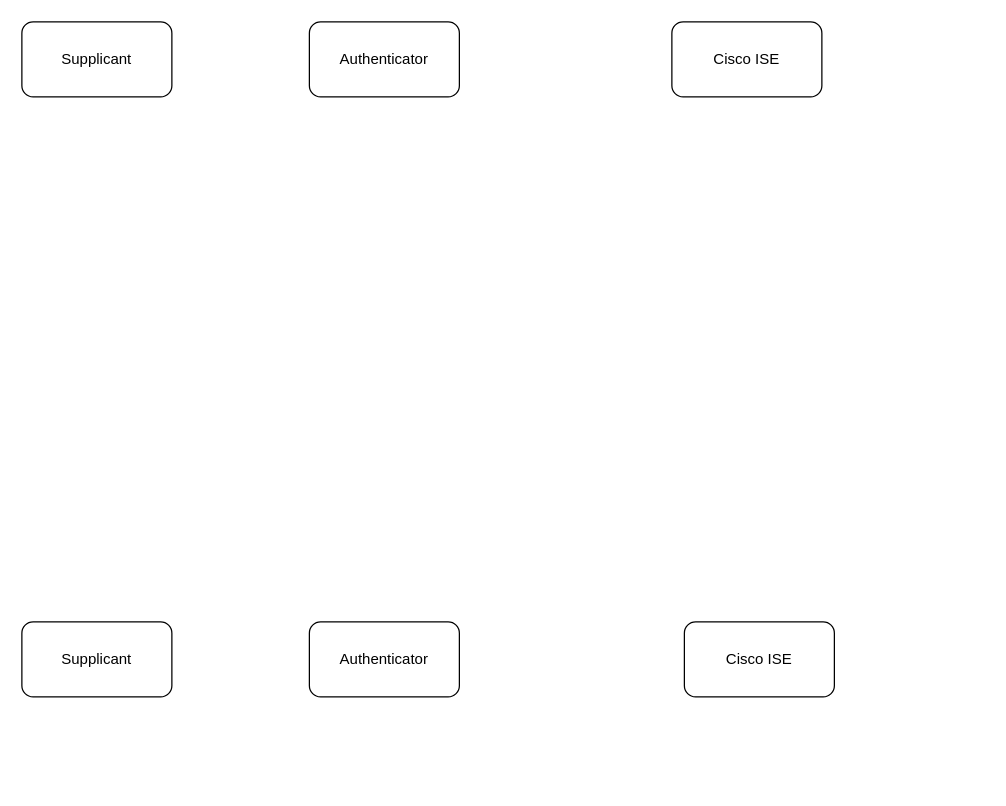
Before: folder1/Untitled Diagram.drawio in thundah-quack/Draw.IO_charts, a draw.io diagram. Source tidied: cells renumbered, new cells numbered last; positions are measured from the earlier drawing's top-left corner, leaving out a move shared by most shapes. Both pictures are drawn from the tidied source at 125%, with x=0, y=0 at pixel (21, 21).
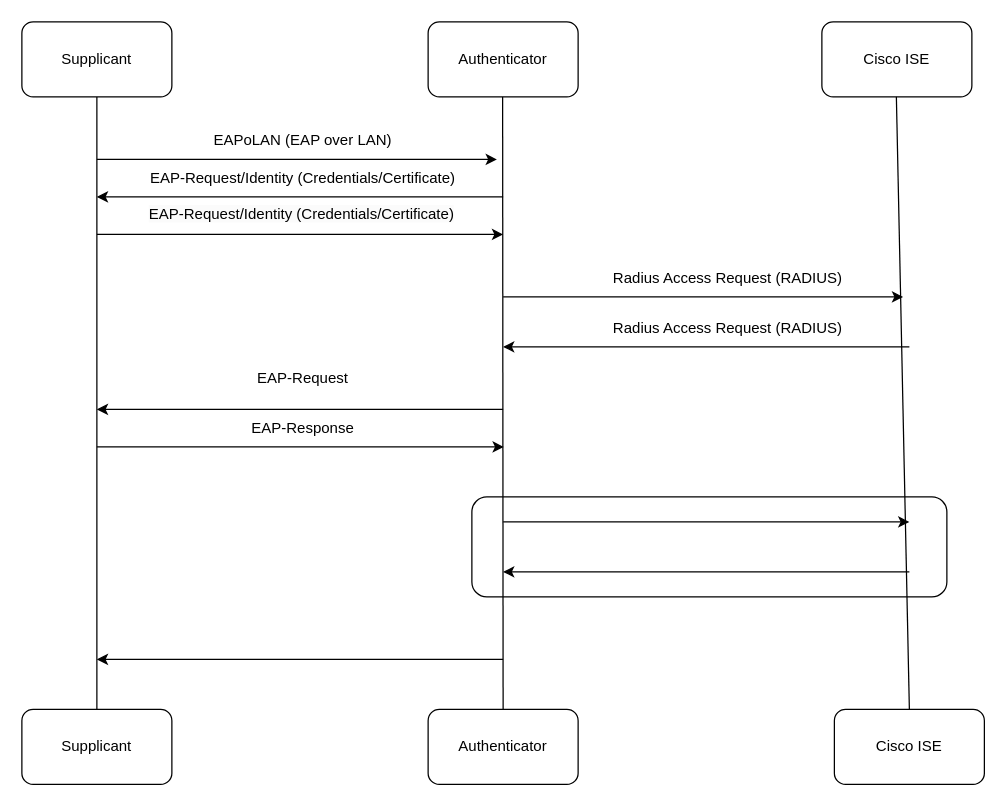
After the change.

Unchanged cells that the change refers to:
```xml
<mxCell id="2" value="Supplicant" style="rounded=1;whiteSpace=wrap;html=1;" parent="1" vertex="1">
  <mxGeometry width="120" height="60" as="geometry" />
</mxCell>
```

Diff of the diagram source:
```diff
@@
     <mxCell id="3" value="Authenticator" style="rounded=1;whiteSpace=wrap;html=1;" parent="1" vertex="1">
-      <mxGeometry x="230" width="120" height="60" as="geometry" />
+      <mxGeometry x="325" width="120" height="60" as="geometry" />
     </mxCell>
     <mxCell id="4" value="Supplicant" style="rounded=1;whiteSpace=wrap;html=1;" parent="1" vertex="1">
-      <mxGeometry y="480" width="120" height="60" as="geometry" />
+      <mxGeometry y="550" width="120" height="60" as="geometry" />
     </mxCell>
     <mxCell id="5" value="Authenticator" style="rounded=1;whiteSpace=wrap;html=1;" parent="1" vertex="1">
-      <mxGeometry x="230" y="480" width="120" height="60" as="geometry" />
+      <mxGeometry x="325" y="550" width="120" height="60" as="geometry" />
     </mxCell>
-    <mxCell id="6" value="Cisco ISE" style="rounded=1;whiteSpace=wrap;html=1;" parent="1" vertex="1">
-      <mxGeometry x="520" width="120" height="60" as="geometry" />
-    </mxCell>
-    <mxCell id="7" value="Cisco ISE" style="rounded=1;whiteSpace=wrap;html=1;" parent="1" vertex="1">
-      <mxGeometry x="530" y="480" width="120" height="60" as="geometry" />
-    </mxCell>
+    <mxCell id="8" style="endArrow=none;html=1;rounded=0;entryX=0.5;entryY=1;entryDx=0;entryDy=0;exitX=0.5;exitY=0;exitDx=0;exitDy=0;" parent="1" edge="1" source="4" target="2">
+      <mxGeometry relative="1" as="geometry" />
+    </mxCell>
+    <mxCell id="9" style="endArrow=none;html=1;rounded=0;entryX=0.5;entryY=1;entryDx=0;entryDy=0;exitX=0.5;exitY=0;exitDx=0;exitDy=0;" parent="1" edge="1" source="5">
+      <mxGeometry relative="1" as="geometry">
+        <mxPoint x="384.6" y="60" as="targetPoint" />
+      </mxGeometry>
+    </mxCell>
+    <mxCell id="10" value="Cisco ISE" style="rounded=1;whiteSpace=wrap;html=1;" parent="1" vertex="1">
+      <mxGeometry x="640" width="120" height="60" as="geometry" />
+    </mxCell>
+    <mxCell id="11" value="Cisco ISE" style="rounded=1;whiteSpace=wrap;html=1;" parent="1" vertex="1">
+      <mxGeometry x="650" y="550" width="120" height="60" as="geometry" />
+    </mxCell>
+    <mxCell id="12" style="endArrow=none;html=1;rounded=0;entryX=0.5;entryY=1;entryDx=0;entryDy=0;exitX=0.5;exitY=0;exitDx=0;exitDy=0;" parent="1" edge="1" source="11">
+      <mxGeometry relative="1" as="geometry">
+        <mxPoint x="699.6" y="60" as="targetPoint" />
+      </mxGeometry>
+    </mxCell>
+    <mxCell id="13" style="endArrow=classic;html=1;rounded=0;" parent="1" edge="1">
+      <mxGeometry relative="1" as="geometry">
+        <mxPoint x="60" y="110" as="sourcePoint" />
+        <mxPoint x="380" y="110" as="targetPoint" />
+      </mxGeometry>
+    </mxCell>
+    <mxCell id="14" style="endArrow=classic;html=1;rounded=0;" parent="1" edge="1">
+      <mxGeometry relative="1" as="geometry">
+        <mxPoint x="385" y="140" as="sourcePoint" />
+        <mxPoint x="60" y="140" as="targetPoint" />
+      </mxGeometry>
+    </mxCell>
+    <mxCell id="15" style="endArrow=classic;html=1;rounded=0;" parent="1" edge="1">
+      <mxGeometry relative="1" as="geometry">
+        <mxPoint x="60" y="170" as="sourcePoint" />
+        <mxPoint x="385" y="170" as="targetPoint" />
+      </mxGeometry>
+    </mxCell>
+    <mxCell id="16" style="endArrow=classic;html=1;rounded=0;" parent="1" edge="1">
+      <mxGeometry relative="1" as="geometry">
+        <mxPoint x="385" y="220" as="sourcePoint" />
+        <mxPoint x="705" y="220" as="targetPoint" />
+      </mxGeometry>
+    </mxCell>
+    <mxCell id="17" style="endArrow=classic;html=1;rounded=0;" parent="1" edge="1">
+      <mxGeometry relative="1" as="geometry">
+        <mxPoint x="385" y="310" as="sourcePoint" />
+        <mxPoint x="60" y="310" as="targetPoint" />
+      </mxGeometry>
+    </mxCell>
+    <mxCell id="18" style="endArrow=classic;html=1;rounded=0;" parent="1" edge="1">
+      <mxGeometry relative="1" as="geometry">
+        <mxPoint x="60" y="340" as="sourcePoint" />
+        <mxPoint x="385.5" y="340" as="targetPoint" />
+      </mxGeometry>
+    </mxCell>
+    <mxCell id="19" style="endArrow=classic;html=1;rounded=0;" parent="1" edge="1">
+      <mxGeometry relative="1" as="geometry">
+        <mxPoint x="710" y="260" as="sourcePoint" />
+        <mxPoint x="385" y="260" as="targetPoint" />
+      </mxGeometry>
+    </mxCell>
+    <mxCell id="20" style="endArrow=classic;html=1;rounded=0;" parent="1" edge="1">
+      <mxGeometry relative="1" as="geometry">
+        <mxPoint x="385" y="400" as="sourcePoint" />
+        <mxPoint x="710" y="400" as="targetPoint" />
+      </mxGeometry>
+    </mxCell>
+    <mxCell id="21" style="endArrow=classic;html=1;rounded=0;" parent="1" edge="1">
+      <mxGeometry relative="1" as="geometry">
+        <mxPoint x="710" y="440" as="sourcePoint" />
+        <mxPoint x="385" y="440" as="targetPoint" />
+      </mxGeometry>
+    </mxCell>
+    <mxCell id="22" style="endArrow=classic;html=1;rounded=0;" parent="1" edge="1">
+      <mxGeometry relative="1" as="geometry">
+        <mxPoint x="385" y="510" as="sourcePoint" />
+        <mxPoint x="60" y="510" as="targetPoint" />
+      </mxGeometry>
+    </mxCell>
+    <mxCell id="23" value="EAPoLAN (EAP over LAN)" style="text;strokeColor=none;align=center;fillColor=none;html=1;verticalAlign=middle;whiteSpace=wrap;rounded=0;" parent="1" vertex="1">
+      <mxGeometry x="150" y="80" width="150" height="30" as="geometry" />
+    </mxCell>
+    <mxCell id="24" value="EAP-Request/Identity (Credentials/Certificate)" style="text;strokeColor=none;align=center;fillColor=none;html=1;verticalAlign=middle;whiteSpace=wrap;rounded=0;" parent="1" vertex="1">
+      <mxGeometry x="100" y="110" width="250" height="30" as="geometry" />
+    </mxCell>
+    <mxCell id="25" value="&lt;span style=&quot;color: rgb(0, 0, 0); font-family: Helvetica; font-size: 12px; font-style: normal; font-variant-ligatures: normal; font-variant-caps: normal; font-weight: 400; letter-spacing: normal; orphans: 2; text-align: center; text-indent: 0px; text-transform: none; widows: 2; word-spacing: 0px; -webkit-text-stroke-width: 0px; white-space: normal; background-color: rgb(251, 251, 251); text-decoration-thickness: initial; text-decoration-style: initial; text-decoration-color: initial; display: inline !important; float: none;&quot;&gt;EAP-Request/Identity (Credentials/Certificate)&lt;/span&gt;" style="text;whiteSpace=wrap;html=1;" parent="1" vertex="1">
+      <mxGeometry x="100" y="140" width="280" height="40" as="geometry" />
+    </mxCell>
+    <mxCell id="26" value="Radius Access Request (RADIUS)" style="text;strokeColor=none;align=center;fillColor=none;html=1;verticalAlign=middle;whiteSpace=wrap;rounded=0;" parent="1" vertex="1">
+      <mxGeometry x="470" y="190" width="190" height="30" as="geometry" />
+    </mxCell>
+    <mxCell id="27" value="Radius Access Request (RADIUS)" style="text;strokeColor=none;align=center;fillColor=none;html=1;verticalAlign=middle;whiteSpace=wrap;rounded=0;" parent="1" vertex="1">
+      <mxGeometry x="470" y="230" width="190" height="30" as="geometry" />
+    </mxCell>
+    <mxCell id="28" value="EAP-Request" style="text;strokeColor=none;align=center;fillColor=none;html=1;verticalAlign=middle;whiteSpace=wrap;rounded=0;" parent="1" vertex="1">
+      <mxGeometry x="150" y="270" width="150" height="30" as="geometry" />
+    </mxCell>
+    <mxCell id="29" value="EAP-Response" style="text;strokeColor=none;align=center;fillColor=none;html=1;verticalAlign=middle;whiteSpace=wrap;rounded=0;" parent="1" vertex="1">
+      <mxGeometry x="150" y="310" width="150" height="30" as="geometry" />
+    </mxCell>
+    <mxCell id="30" style="rounded=1;whiteSpace=wrap;html=1;fillColor=none;" parent="1" vertex="1">
+      <mxGeometry x="360" y="380" width="380" height="80" as="geometry" />
+    </mxCell>
```
